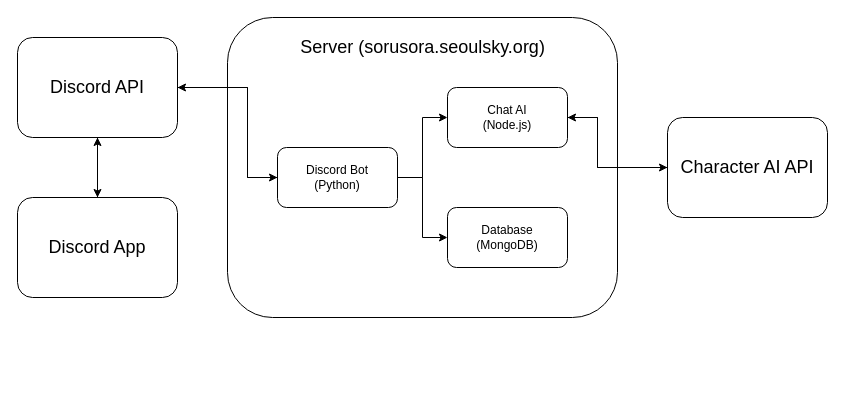
Above: docs/Architecture.drawio in SeoulSKY/SoruSora (draw.io), before the change. Source tidied: cells renumbered, new cells numbered last; positions are measured from the earlier drawing's top-left corner, leaving out a move shared by most shapes. Both pictures are drawn from the tidied source at 100%, with x=0, y=0 at pixel (17, 17).
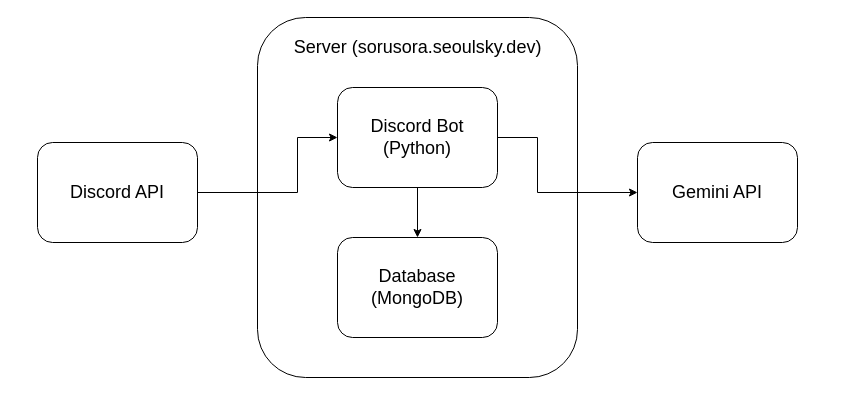
After the change.

Diff of the diagram source:
```diff
@@
     <mxCell id="2" style="rounded=1;whiteSpace=wrap;html=1;" parent="1" vertex="1">
-      <mxGeometry x="210" width="390" height="300" as="geometry" />
+      <mxGeometry x="240" width="320" height="360" as="geometry" />
     </mxCell>
-    <mxCell id="3" value="&lt;font style=&quot;font-size: 18px;&quot;&gt;Server (sorusora.seoulsky.org)&lt;/font&gt;" style="text;html=1;align=center;verticalAlign=middle;strokeColor=none;fillColor=none;" parent="1" vertex="1">
-      <mxGeometry x="270" y="10" width="270" height="40" as="geometry" />
+    <mxCell id="3" value="&lt;font style=&quot;font-size: 18px;&quot;&gt;Server (sorusora.seoulsky.dev)&lt;/font&gt;" style="text;html=1;align=center;verticalAlign=middle;strokeColor=none;fillColor=none;" parent="1" vertex="1">
+      <mxGeometry x="265" y="10" width="270" height="40" as="geometry" />
     </mxCell>
-    <mxCell id="4" style="edgeStyle=orthogonalEdgeStyle;rounded=0;jettySize=auto;html=1;" parent="1" edge="1" source="7" target="10">
-      <mxGeometry relative="1" as="geometry" />
-    </mxCell>
-    <mxCell id="5" style="edgeStyle=orthogonalEdgeStyle;rounded=0;jettySize=auto;html=1;" parent="1" edge="1" source="7" target="8">
-      <mxGeometry relative="1" as="geometry" />
-    </mxCell>
-    <mxCell id="6" style="edgeStyle=orthogonalEdgeStyle;rounded=0;jettySize=auto;html=1;entryX=1;entryY=0.5;entryDx=0;entryDy=0;" parent="1" edge="1" source="7" target="13">
-      <mxGeometry relative="1" as="geometry">
-        <Array as="points">
-          <mxPoint x="230" y="160" />
-          <mxPoint x="230" y="70" />
-        </Array>
-      </mxGeometry>
-    </mxCell>
-    <mxCell id="7" value="&lt;div&gt;Discord Bot&lt;/div&gt;&lt;div&gt;(Python)&lt;/div&gt;" style="rounded=1;whiteSpace=wrap;html=1;" parent="1" vertex="1">
-      <mxGeometry x="260" y="130" width="120" height="60" as="geometry" />
-    </mxCell>
-    <mxCell id="8" value="Database&lt;div&gt;(MongoDB)&lt;/div&gt;" style="rounded=1;whiteSpace=wrap;html=1;" parent="1" vertex="1">
-      <mxGeometry x="430" y="190" width="120" height="60" as="geometry" />
-    </mxCell>
-    <mxCell id="9" style="edgeStyle=orthogonalEdgeStyle;rounded=0;jettySize=auto;html=1;" parent="1" edge="1" source="10" target="15">
-      <mxGeometry relative="1" as="geometry">
-        <Array as="points">
-          <mxPoint x="580" y="100" />
-          <mxPoint x="580" y="150" />
-        </Array>
-      </mxGeometry>
-    </mxCell>
-    <mxCell id="10" value="Chat AI&lt;div&gt;(Node.js)&lt;/div&gt;" style="rounded=1;whiteSpace=wrap;html=1;" parent="1" vertex="1">
-      <mxGeometry x="430" y="70" width="120" height="60" as="geometry" />
-    </mxCell>
-    <mxCell id="11" style="edgeStyle=orthogonalEdgeStyle;rounded=0;jettySize=auto;html=1;" parent="1" edge="1" source="13" target="17">
-      <mxGeometry relative="1" as="geometry" />
-    </mxCell>
-    <mxCell id="12" style="edgeStyle=orthogonalEdgeStyle;rounded=0;jettySize=auto;html=1;entryX=0;entryY=0.5;entryDx=0;entryDy=0;" parent="1" edge="1" source="13" target="7">
-      <mxGeometry relative="1" as="geometry">
-        <Array as="points">
-          <mxPoint x="230" y="70" />
-          <mxPoint x="230" y="160" />
-        </Array>
-      </mxGeometry>
-    </mxCell>
+    <mxCell id="18" style="edgeStyle=orthogonalEdgeStyle;rounded=0;jettySize=auto;html=1;entryX=0;entryY=0.5;entryDx=0;entryDy=0;" parent="1" edge="1" source="13" target="21">
+      <mxGeometry relative="1" as="geometry">
+        <Array as="points">
+          <mxPoint x="280" y="175" />
+          <mxPoint x="280" y="120" />
+        </Array>
+      </mxGeometry>
+    </mxCell>
     <mxCell id="13" value="&lt;font style=&quot;font-size: 18px;&quot;&gt;Discord API&lt;/font&gt;" style="rounded=1;whiteSpace=wrap;html=1;" parent="1" vertex="1">
-      <mxGeometry y="20" width="160" height="100" as="geometry" />
+      <mxGeometry x="20" y="125" width="160" height="100" as="geometry" />
     </mxCell>
-    <mxCell id="14" style="edgeStyle=orthogonalEdgeStyle;rounded=0;jettySize=auto;html=1;" parent="1" edge="1" source="15" target="10">
-      <mxGeometry relative="1" as="geometry">
-        <Array as="points">
-          <mxPoint x="580" y="150" />
-          <mxPoint x="580" y="100" />
-        </Array>
-      </mxGeometry>
-    </mxCell>
-    <mxCell id="15" value="&lt;font style=&quot;font-size: 18px;&quot;&gt;Character AI API&lt;/font&gt;" style="rounded=1;whiteSpace=wrap;html=1;" parent="1" vertex="1">
-      <mxGeometry x="650" y="100" width="160" height="100" as="geometry" />
+    <mxCell id="15" value="&lt;font style=&quot;font-size: 18px;&quot;&gt;Gemini API&lt;/font&gt;" style="rounded=1;whiteSpace=wrap;html=1;" parent="1" vertex="1">
+      <mxGeometry x="620" y="125" width="160" height="100" as="geometry" />
     </mxCell>
-    <mxCell id="16" style="edgeStyle=orthogonalEdgeStyle;rounded=0;jettySize=auto;html=1;" parent="1" edge="1" source="17" target="13">
-      <mxGeometry relative="1" as="geometry" />
-    </mxCell>
-    <mxCell id="17" value="&lt;font style=&quot;font-size: 18px;&quot;&gt;Discord App&lt;/font&gt;" style="rounded=1;whiteSpace=wrap;html=1;" parent="1" vertex="1">
-      <mxGeometry y="180" width="160" height="100" as="geometry" />
-    </mxCell>
+    <mxCell id="19" style="edgeStyle=orthogonalEdgeStyle;rounded=0;jettySize=auto;html=1;" parent="1" edge="1" source="21" target="22">
+      <mxGeometry relative="1" as="geometry" />
+    </mxCell>
+    <mxCell id="20" style="edgeStyle=orthogonalEdgeStyle;rounded=0;jettySize=auto;html=1;entryX=0;entryY=0.5;entryDx=0;entryDy=0;" parent="1" edge="1" source="21" target="15">
+      <mxGeometry relative="1" as="geometry">
+        <Array as="points">
+          <mxPoint x="520" y="120" />
+          <mxPoint x="520" y="175" />
+        </Array>
+      </mxGeometry>
+    </mxCell>
+    <mxCell id="21" value="&lt;font style=&quot;font-size: 18px;&quot;&gt;Discord Bot&lt;/font&gt;&lt;div&gt;&lt;font style=&quot;font-size: 18px;&quot;&gt;(Python&lt;/font&gt;&lt;span style=&quot;font-size: 18px; background-color: initial;&quot;&gt;)&lt;/span&gt;&lt;/div&gt;" style="rounded=1;whiteSpace=wrap;html=1;" parent="1" vertex="1">
+      <mxGeometry x="320" y="70" width="160" height="100" as="geometry" />
+    </mxCell>
+    <mxCell id="22" value="&lt;div&gt;&lt;font style=&quot;font-size: 18px;&quot;&gt;Database&lt;/font&gt;&lt;/div&gt;&lt;div&gt;&lt;font style=&quot;font-size: 18px;&quot;&gt;(MongoDB&lt;/font&gt;&lt;span style=&quot;font-size: 18px; background-color: initial;&quot;&gt;)&lt;/span&gt;&lt;/div&gt;" style="rounded=1;whiteSpace=wrap;html=1;" parent="1" vertex="1">
+      <mxGeometry x="320" y="220" width="160" height="100" as="geometry" />
+    </mxCell>
```
